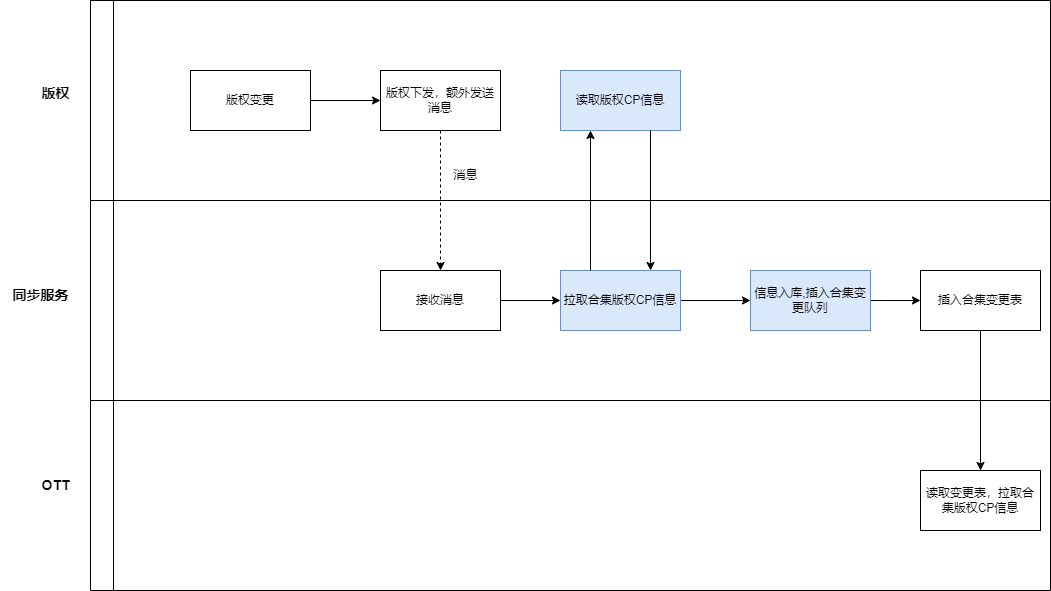
Earlier version of the draw.io export 新流程.drawio.png (hnzhouzhoujay/Activity). Source tidied: cells renumbered, new cells last; positions are measured from the earlier drawing's top-left corner, leaving out a move shared by most shapes. Its diagram source:
```xml
<mxGraphModel>
  <root>
    <mxCell id="0" />
    <mxCell id="1" parent="0" />
    <mxCell id="2" style="swimlane;horizontal=0;whiteSpace=wrap;html=1;" parent="1" vertex="1">
      <mxGeometry x="90" width="960" height="200" as="geometry" />
    </mxCell>
    <mxCell id="3" style="edgeStyle=orthogonalEdgeStyle;rounded=0;jettySize=auto;html=1;exitX=1;exitY=0.5;exitDx=0;exitDy=0;" parent="2" edge="1" source="4" target="5">
      <mxGeometry relative="1" as="geometry" />
    </mxCell>
    <mxCell id="4" value="版权变更" style="rounded=0;whiteSpace=wrap;html=1;" parent="2" vertex="1">
      <mxGeometry x="100" y="70" width="120" height="60" as="geometry" />
    </mxCell>
    <mxCell id="5" value="版权下发，额外发送消息" style="rounded=0;whiteSpace=wrap;html=1;" parent="2" vertex="1">
      <mxGeometry x="290" y="70" width="120" height="60" as="geometry" />
    </mxCell>
    <mxCell id="6" value="读取版权CP信息" style="rounded=0;whiteSpace=wrap;html=1;fillColor=#dae8fc;strokeColor=#6c8ebf;" parent="2" vertex="1">
      <mxGeometry x="470" y="70" width="120" height="60" as="geometry" />
    </mxCell>
    <mxCell id="7" value="消息" style="text;html=1;align=center;verticalAlign=middle;strokeColor=none;fillColor=none;" parent="2" vertex="1">
      <mxGeometry x="350" y="160" width="50" height="30" as="geometry" />
    </mxCell>
    <mxCell id="8" style="swimlane;horizontal=0;whiteSpace=wrap;html=1;" parent="1" vertex="1">
      <mxGeometry x="90" y="200" width="960" height="200" as="geometry" />
    </mxCell>
    <mxCell id="9" style="edgeStyle=orthogonalEdgeStyle;rounded=0;jettySize=auto;html=1;exitX=1;exitY=0.5;exitDx=0;exitDy=0;entryX=0;entryY=0.5;entryDx=0;entryDy=0;" parent="8" edge="1" source="10" target="12">
      <mxGeometry relative="1" as="geometry" />
    </mxCell>
    <mxCell id="10" value="接收消息" style="rounded=0;whiteSpace=wrap;html=1;" parent="8" vertex="1">
      <mxGeometry x="290" y="70" width="120" height="60" as="geometry" />
    </mxCell>
    <mxCell id="11" style="edgeStyle=orthogonalEdgeStyle;rounded=0;jettySize=auto;html=1;" parent="8" edge="1" source="12" target="14">
      <mxGeometry relative="1" as="geometry" />
    </mxCell>
    <mxCell id="12" value="拉取合集版权CP信息" style="rounded=0;whiteSpace=wrap;html=1;fillColor=#dae8fc;strokeColor=#6c8ebf;" parent="8" vertex="1">
      <mxGeometry x="470" y="70" width="120" height="60" as="geometry" />
    </mxCell>
    <mxCell id="13" style="edgeStyle=orthogonalEdgeStyle;rounded=0;jettySize=auto;html=1;exitX=1;exitY=0.5;exitDx=0;exitDy=0;entryX=0;entryY=0.5;entryDx=0;entryDy=0;" parent="8" edge="1" source="14" target="15">
      <mxGeometry relative="1" as="geometry" />
    </mxCell>
    <mxCell id="14" value="信息入库,插入合集变更队列" style="rounded=0;whiteSpace=wrap;html=1;fillColor=#dae8fc;strokeColor=#6c8ebf;" parent="8" vertex="1">
      <mxGeometry x="660" y="70" width="120" height="60" as="geometry" />
    </mxCell>
    <mxCell id="15" value="插入合集变更表" style="rounded=0;whiteSpace=wrap;html=1;" parent="8" vertex="1">
      <mxGeometry x="830" y="70" width="120" height="60" as="geometry" />
    </mxCell>
    <mxCell id="16" style="edgeStyle=orthogonalEdgeStyle;rounded=0;jettySize=auto;html=1;exitX=0.75;exitY=1;exitDx=0;exitDy=0;entryX=0.75;entryY=0;entryDx=0;entryDy=0;" parent="1" edge="1" source="6" target="12">
      <mxGeometry relative="1" as="geometry" />
    </mxCell>
    <mxCell id="17" style="edgeStyle=orthogonalEdgeStyle;rounded=0;jettySize=auto;html=1;exitX=0.5;exitY=1;exitDx=0;exitDy=0;entryX=0.5;entryY=0;entryDx=0;entryDy=0;dashed=1;" parent="1" edge="1" source="5">
      <mxGeometry relative="1" as="geometry">
        <mxPoint x="440" y="270" as="targetPoint" />
      </mxGeometry>
    </mxCell>
    <mxCell id="18" style="edgeStyle=orthogonalEdgeStyle;rounded=0;jettySize=auto;html=1;exitX=0.25;exitY=0;exitDx=0;exitDy=0;entryX=0.25;entryY=1;entryDx=0;entryDy=0;" parent="1" edge="1" source="12" target="6">
      <mxGeometry relative="1" as="geometry" />
    </mxCell>
    <mxCell id="19" style="swimlane;horizontal=0;whiteSpace=wrap;html=1;" parent="1" vertex="1">
      <mxGeometry x="90" y="400" width="960" height="190" as="geometry" />
    </mxCell>
    <mxCell id="20" value="读取变更表，拉取合集版权CP信息" style="rounded=0;whiteSpace=wrap;html=1;" parent="19" vertex="1">
      <mxGeometry x="830" y="70" width="120" height="60" as="geometry" />
    </mxCell>
    <mxCell id="21" value="版权" style="text;html=1;align=center;verticalAlign=middle;strokeColor=none;fillColor=none;fontStyle=1;fontSize=14;" parent="1" vertex="1">
      <mxGeometry x="30" y="78" width="50" height="30" as="geometry" />
    </mxCell>
    <mxCell id="22" value="同步服务" style="text;html=1;align=center;verticalAlign=middle;strokeColor=none;fillColor=none;fontStyle=1;fontSize=14;" parent="1" vertex="1">
      <mxGeometry y="280" width="80" height="30" as="geometry" />
    </mxCell>
    <mxCell id="23" value="OTT" style="text;html=1;align=center;verticalAlign=middle;strokeColor=none;fillColor=none;fontStyle=1;fontSize=14;" parent="1" vertex="1">
      <mxGeometry x="30" y="470" width="50" height="30" as="geometry" />
    </mxCell>
    <mxCell id="24" style="edgeStyle=orthogonalEdgeStyle;rounded=0;jettySize=auto;html=1;exitX=0.5;exitY=1;exitDx=0;exitDy=0;" parent="1" edge="1" source="15" target="20">
      <mxGeometry relative="1" as="geometry" />
    </mxCell>
  </root>
</mxGraphModel>
```
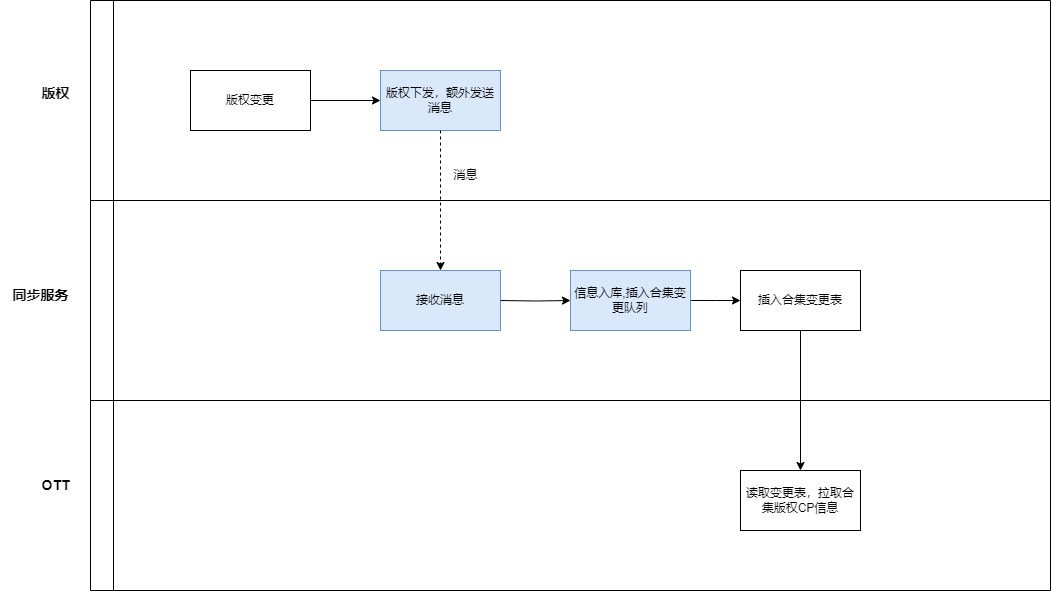
The same diagram one commit later.

Commit message:
更新新流程.drawio.png

What changed in the source:
```diff
@@ -11,55 +11,50 @@
     <mxCell id="4" value="版权变更" style="rounded=0;whiteSpace=wrap;html=1;" parent="2" vertex="1">
       <mxGeometry x="100" y="70" width="120" height="60" as="geometry" />
     </mxCell>
-    <mxCell id="5" value="版权下发，额外发送消息" style="rounded=0;whiteSpace=wrap;html=1;" parent="2" vertex="1">
+    <mxCell id="5" value="版权下发，额外发送消息" style="rounded=0;whiteSpace=wrap;html=1;fillColor=#dae8fc;strokeColor=#6c8ebf;" parent="2" vertex="1">
       <mxGeometry x="290" y="70" width="120" height="60" as="geometry" />
     </mxCell>
-    <mxCell id="6" value="读取版权CP信息" style="rounded=0;whiteSpace=wrap;html=1;fillColor=#dae8fc;strokeColor=#6c8ebf;" parent="2" vertex="1">
-      <mxGeometry x="470" y="70" width="120" height="60" as="geometry" />
-    </mxCell>
     <mxCell id="7" value="消息" style="text;html=1;align=center;verticalAlign=middle;strokeColor=none;fillColor=none;" parent="2" vertex="1">
       <mxGeometry x="350" y="160" width="50" height="30" as="geometry" />
     </mxCell>
     <mxCell id="8" style="swimlane;horizontal=0;whiteSpace=wrap;html=1;" parent="1" vertex="1">
       <mxGeometry x="90" y="200" width="960" height="200" as="geometry" />
     </mxCell>
-    <mxCell id="9" style="edgeStyle=orthogonalEdgeStyle;rounded=0;jettySize=auto;html=1;exitX=1;exitY=0.5;exitDx=0;exitDy=0;entryX=0;entryY=0.5;entryDx=0;entryDy=0;" parent="8" edge="1" source="10" target="12">
-      <mxGeometry relative="1" as="geometry" />
-    </mxCell>
-    <mxCell id="10" value="接收消息" style="rounded=0;whiteSpace=wrap;html=1;" parent="8" vertex="1">
+    <mxCell id="10" value="接收消息" style="rounded=0;whiteSpace=wrap;html=1;fillColor=#dae8fc;strokeColor=#6c8ebf;" parent="8" vertex="1">
       <mxGeometry x="290" y="70" width="120" height="60" as="geometry" />
     </mxCell>
+    <mxCell id="15" value="插入合集变更表" style="rounded=0;whiteSpace=wrap;html=1;" parent="8" vertex="1">
+      <mxGeometry x="650" y="70" width="120" height="60" as="geometry" />
+    </mxCell>
-    <mxCell id="11" style="edgeStyle=orthogonalEdgeStyle;rounded=0;jettySize=auto;html=1;" parent="8" edge="1" source="12" target="14">
-      <mxGeometry relative="1" as="geometry" />
+    <mxCell id="11" style="edgeStyle=orthogonalEdgeStyle;rounded=0;jettySize=auto;html=1;" parent="8" edge="1" target="14">
+      <mxGeometry relative="1" as="geometry">
+        <mxPoint x="410" y="100" as="sourcePoint" />
+      </mxGeometry>
     </mxCell>
-    <mxCell id="12" value="拉取合集版权CP信息" style="rounded=0;whiteSpace=wrap;html=1;fillColor=#dae8fc;strokeColor=#6c8ebf;" parent="8" vertex="1">
-      <mxGeometry x="470" y="70" width="120" height="60" as="geometry" />
-    </mxCell>
-    <mxCell id="13" style="edgeStyle=orthogonalEdgeStyle;rounded=0;jettySize=auto;html=1;exitX=1;exitY=0.5;exitDx=0;exitDy=0;entryX=0;entryY=0.5;entryDx=0;entryDy=0;" parent="8" edge="1" source="14" target="15">
-      <mxGeometry relative="1" as="geometry" />
+    <mxCell id="13" style="edgeStyle=orthogonalEdgeStyle;rounded=0;jettySize=auto;html=1;exitX=1;exitY=0.5;exitDx=0;exitDy=0;entryX=0;entryY=0.5;entryDx=0;entryDy=0;" parent="8" edge="1" source="14">
+      <mxGeometry relative="1" as="geometry">
+        <mxPoint x="650" y="100" as="targetPoint" />
+      </mxGeometry>
     </mxCell>
     <mxCell id="14" value="信息入库,插入合集变更队列" style="rounded=0;whiteSpace=wrap;html=1;fillColor=#dae8fc;strokeColor=#6c8ebf;" parent="8" vertex="1">
-      <mxGeometry x="660" y="70" width="120" height="60" as="geometry" />
+      <mxGeometry x="480" y="70" width="120" height="60" as="geometry" />
     </mxCell>
-    <mxCell id="15" value="插入合集变更表" style="rounded=0;whiteSpace=wrap;html=1;" parent="8" vertex="1">
-      <mxGeometry x="830" y="70" width="120" height="60" as="geometry" />
-    </mxCell>
-    <mxCell id="16" style="edgeStyle=orthogonalEdgeStyle;rounded=0;jettySize=auto;html=1;exitX=0.75;exitY=1;exitDx=0;exitDy=0;entryX=0.75;entryY=0;entryDx=0;entryDy=0;" parent="1" edge="1" source="6" target="12">
-      <mxGeometry relative="1" as="geometry" />
-    </mxCell>
+    <mxCell id="24" style="edgeStyle=orthogonalEdgeStyle;rounded=0;orthogonalLoop=1;jettySize=auto;html=1;exitX=0.5;exitY=1;exitDx=0;exitDy=0;" parent="8" edge="1">
+      <mxGeometry relative="1" as="geometry">
+        <mxPoint x="710" y="130" as="sourcePoint" />
+        <mxPoint x="710" y="270" as="targetPoint" />
+      </mxGeometry>
+    </mxCell>
     <mxCell id="17" style="edgeStyle=orthogonalEdgeStyle;rounded=0;jettySize=auto;html=1;exitX=0.5;exitY=1;exitDx=0;exitDy=0;entryX=0.5;entryY=0;entryDx=0;entryDy=0;dashed=1;" parent="1" edge="1" source="5">
       <mxGeometry relative="1" as="geometry">
         <mxPoint x="440" y="270" as="targetPoint" />
       </mxGeometry>
     </mxCell>
-    <mxCell id="18" style="edgeStyle=orthogonalEdgeStyle;rounded=0;jettySize=auto;html=1;exitX=0.25;exitY=0;exitDx=0;exitDy=0;entryX=0.25;entryY=1;entryDx=0;entryDy=0;" parent="1" edge="1" source="12" target="6">
-      <mxGeometry relative="1" as="geometry" />
-    </mxCell>
     <mxCell id="19" style="swimlane;horizontal=0;whiteSpace=wrap;html=1;" parent="1" vertex="1">
       <mxGeometry x="90" y="400" width="960" height="190" as="geometry" />
     </mxCell>
     <mxCell id="20" value="读取变更表，拉取合集版权CP信息" style="rounded=0;whiteSpace=wrap;html=1;" parent="19" vertex="1">
-      <mxGeometry x="830" y="70" width="120" height="60" as="geometry" />
+      <mxGeometry x="650" y="70" width="120" height="60" as="geometry" />
     </mxCell>
     <mxCell id="21" value="版权" style="text;html=1;align=center;verticalAlign=middle;strokeColor=none;fillColor=none;fontStyle=1;fontSize=14;" parent="1" vertex="1">
       <mxGeometry x="30" y="78" width="50" height="30" as="geometry" />
@@ -70,8 +65,5 @@
     <mxCell id="23" value="OTT" style="text;html=1;align=center;verticalAlign=middle;strokeColor=none;fillColor=none;fontStyle=1;fontSize=14;" parent="1" vertex="1">
       <mxGeometry x="30" y="470" width="50" height="30" as="geometry" />
     </mxCell>
-    <mxCell id="24" style="edgeStyle=orthogonalEdgeStyle;rounded=0;jettySize=auto;html=1;exitX=0.5;exitY=1;exitDx=0;exitDy=0;" parent="1" edge="1" source="15" target="20">
-      <mxGeometry relative="1" as="geometry" />
-    </mxCell>
   </root>
 </mxGraphModel>
```
